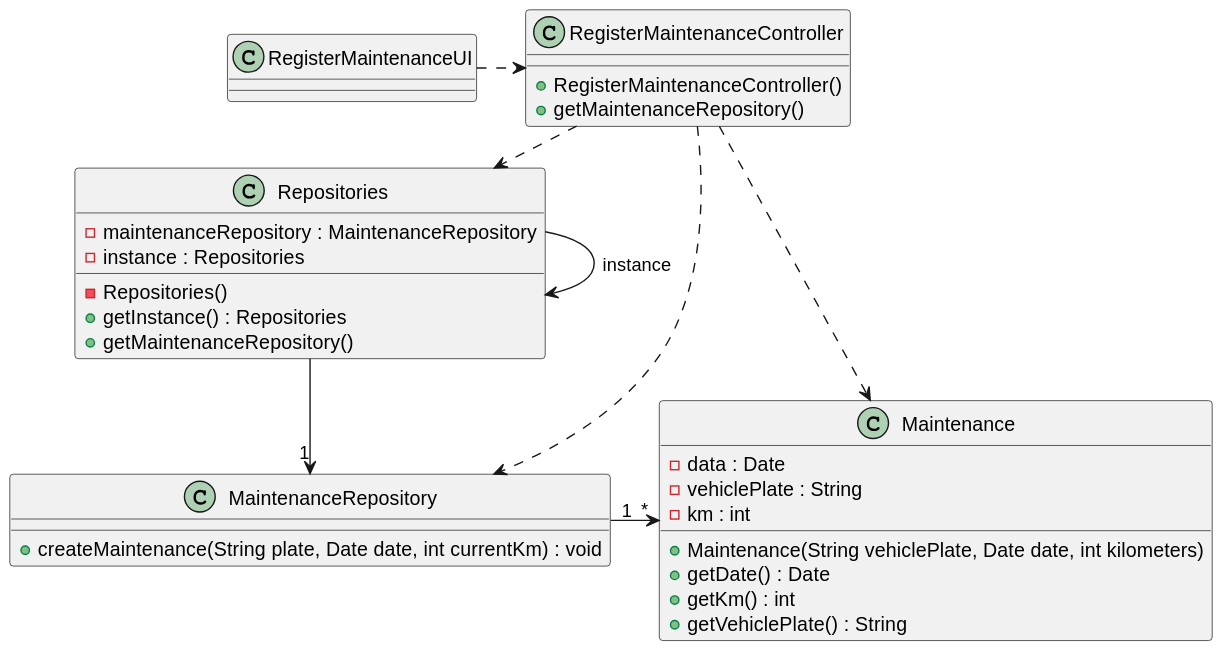
This is docs/sprintC/us007/03.design/svg/us007-class-diagram.svg from ricardomm7/leaflink, a PlantUML export, as it was before one commit.
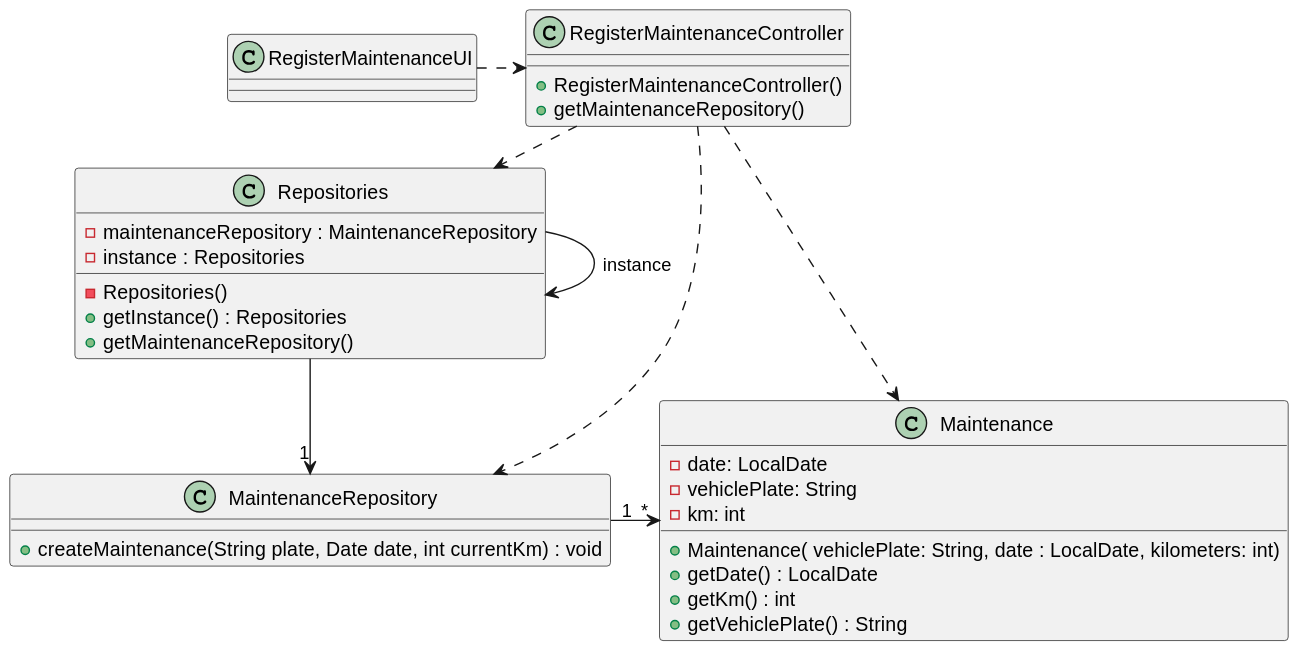
After the change.

Change to the diagram source:
```diff
@@ -4,12 +4,12 @@
 
 
 class Maintenance {
-    - data : Date
-    - vehiclePlate : String
-    - km : int
+    - date: LocalDate
+    - vehiclePlate: String
+    - km: int
 
-    + Maintenance(String vehiclePlate, Date date, int kilometers)
-    + getDate() : Date
+    + Maintenance( vehiclePlate: String, date : LocalDate, kilometers: int)
+    + getDate() : LocalDate
     + getKm() : int
     + getVehiclePlate() : String
 }
```
